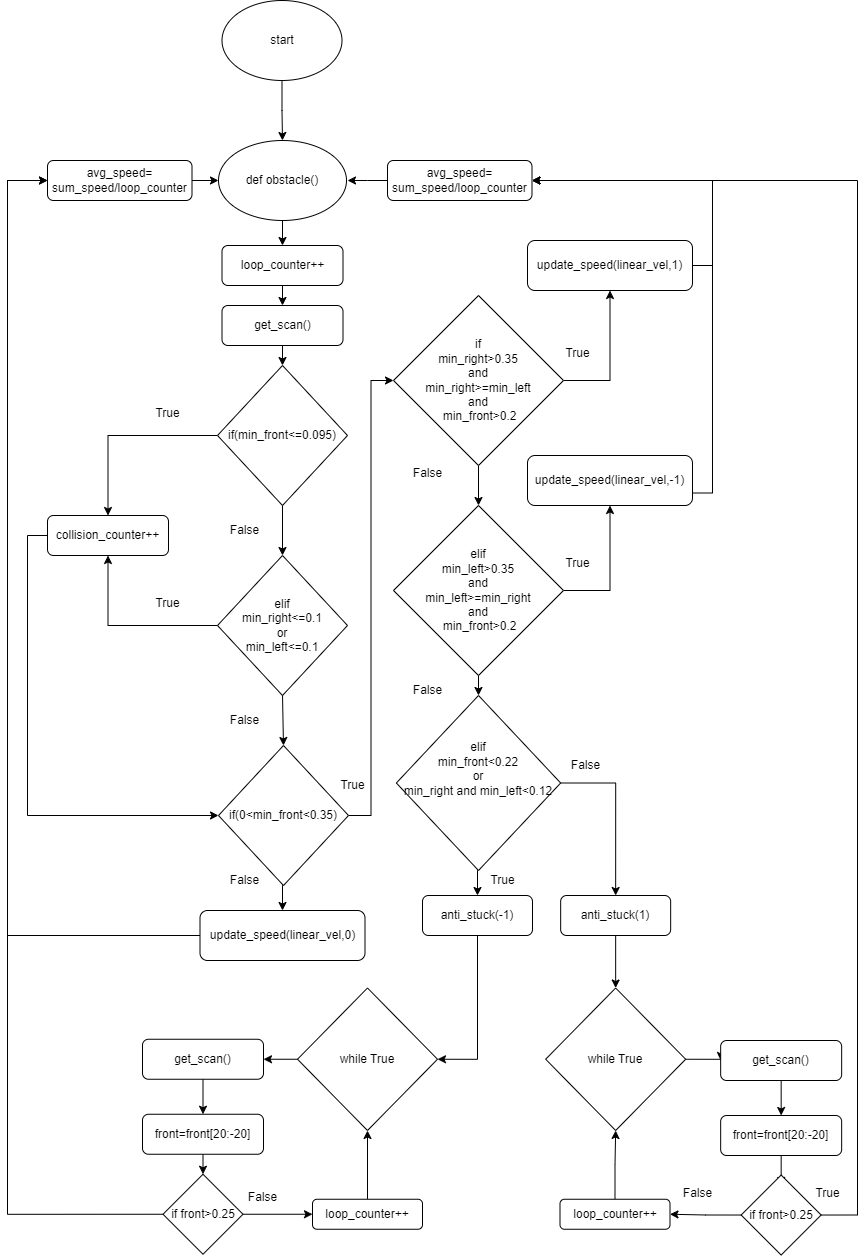
Before: Untitled Diagram.drawio.png, a diagram exported from draw.io (Teun0n/flowcharts). Source tidied: cells renumbered, new cells last; positions are measured from the earlier drawing's top-left corner, leaving out a move shared by most shapes.
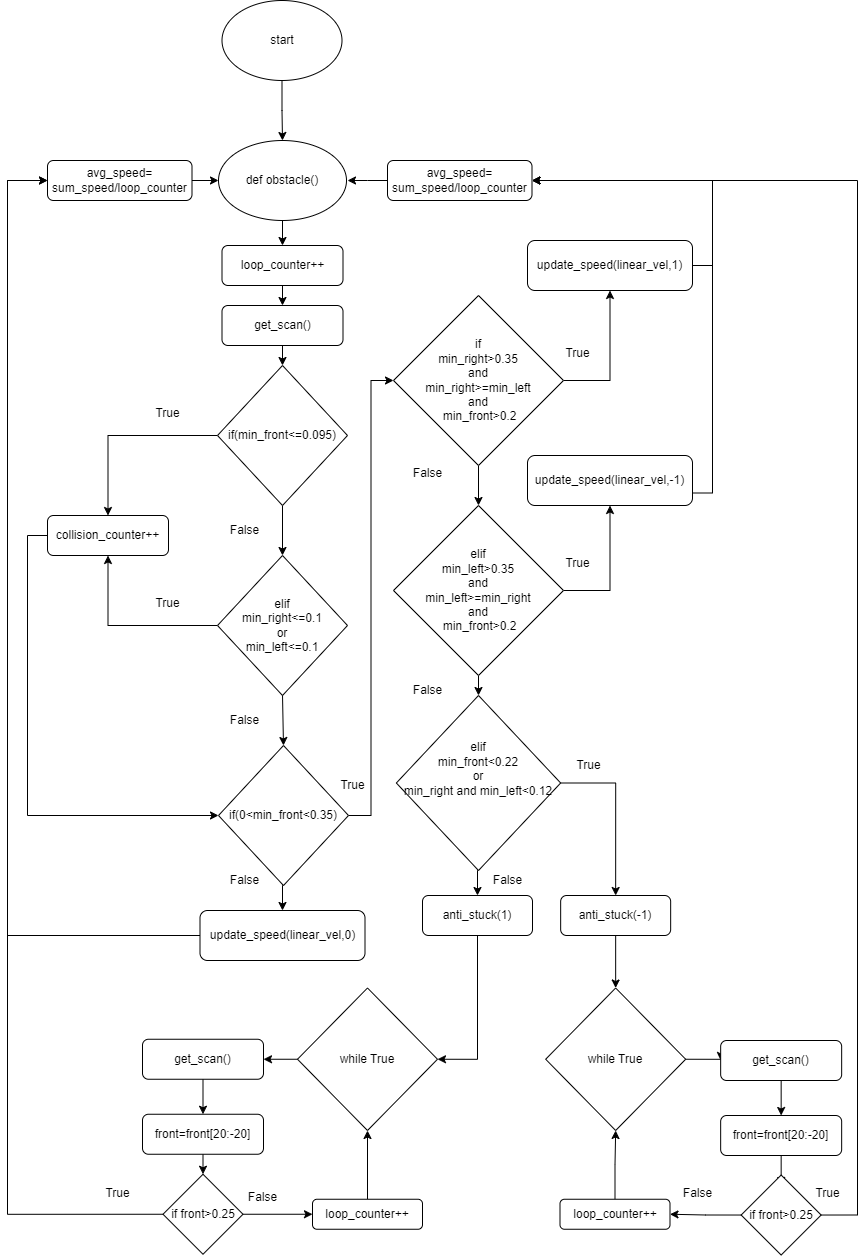
Above is the later version.

Diff of the diagram source:
```diff
@@ -126,7 +126,7 @@
     <mxCell id="40" style="edgeStyle=orthogonalEdgeStyle;rounded=0;jettySize=auto;html=1;exitX=0.5;exitY=1;exitDx=0;exitDy=0;entryX=0.5;entryY=0;entryDx=0;entryDy=0;" parent="1" edge="1" source="41" target="31">
       <mxGeometry relative="1" as="geometry" />
     </mxCell>
-    <mxCell id="41" value="anti_stuck(1)" style="rounded=1;whiteSpace=wrap;html=1;" parent="1" vertex="1">
+    <mxCell id="41" value="anti_stuck(-1)" style="rounded=1;whiteSpace=wrap;html=1;" parent="1" vertex="1">
       <mxGeometry x="553.2" y="895" width="110" height="40" as="geometry" />
     </mxCell>
     <mxCell id="42" style="edgeStyle=orthogonalEdgeStyle;rounded=0;jettySize=auto;html=1;exitX=0;exitY=0.5;exitDx=0;exitDy=0;entryX=1;entryY=0.5;entryDx=0;entryDy=0;" parent="1" edge="1" source="44" target="68">
@@ -164,7 +164,7 @@
     <mxCell id="51" style="edgeStyle=orthogonalEdgeStyle;rounded=0;jettySize=auto;html=1;exitX=0.5;exitY=1;exitDx=0;exitDy=0;entryX=1;entryY=0.5;entryDx=0;entryDy=0;" parent="1" edge="1" source="52" target="46">
       <mxGeometry relative="1" as="geometry" />
     </mxCell>
-    <mxCell id="52" value="anti_stuck(-1)" style="rounded=1;whiteSpace=wrap;html=1;" parent="1" vertex="1">
+    <mxCell id="52" value="anti_stuck(1)" style="rounded=1;whiteSpace=wrap;html=1;" parent="1" vertex="1">
       <mxGeometry x="415" y="895" width="110" height="40" as="geometry" />
     </mxCell>
     <mxCell id="53" style="edgeStyle=orthogonalEdgeStyle;rounded=0;jettySize=auto;html=1;exitX=1;exitY=0.5;exitDx=0;exitDy=0;entryX=0;entryY=0.5;entryDx=0;entryDy=0;" parent="1" edge="1" source="55" target="58">
@@ -235,10 +235,10 @@
       <mxGeometry x="320" y="770" width="50" height="30" as="geometry" />
     </mxCell>
     <mxCell id="73" value="True" style="text;html=1;align=center;verticalAlign=middle;strokeColor=none;fillColor=none;" parent="1" vertex="1">
-      <mxGeometry x="470" y="865" width="50" height="30" as="geometry" />
+      <mxGeometry x="556" y="750" width="50" height="30" as="geometry" />
     </mxCell>
     <mxCell id="74" value="False" style="text;html=1;align=center;verticalAlign=middle;strokeColor=none;fillColor=none;" parent="1" vertex="1">
-      <mxGeometry x="553.2" y="750" width="50" height="30" as="geometry" />
+      <mxGeometry x="474.5" y="865" width="50" height="30" as="geometry" />
     </mxCell>
     <mxCell id="75" value="False" style="text;html=1;align=center;verticalAlign=middle;strokeColor=none;fillColor=none;" parent="1" vertex="1">
       <mxGeometry x="665" y="1178" width="50" height="30" as="geometry" />
@@ -258,5 +258,8 @@
     <mxCell id="80" value="False" style="text;html=1;align=center;verticalAlign=middle;strokeColor=none;fillColor=none;" parent="1" vertex="1">
       <mxGeometry x="395" y="675" width="50" height="30" as="geometry" />
     </mxCell>
+    <mxCell id="81" value="True" style="text;html=1;align=center;verticalAlign=middle;strokeColor=none;fillColor=none;" parent="1" vertex="1">
+      <mxGeometry x="85" y="1178" width="50" height="30" as="geometry" />
+    </mxCell>
   </root>
 </mxGraphModel>
```
